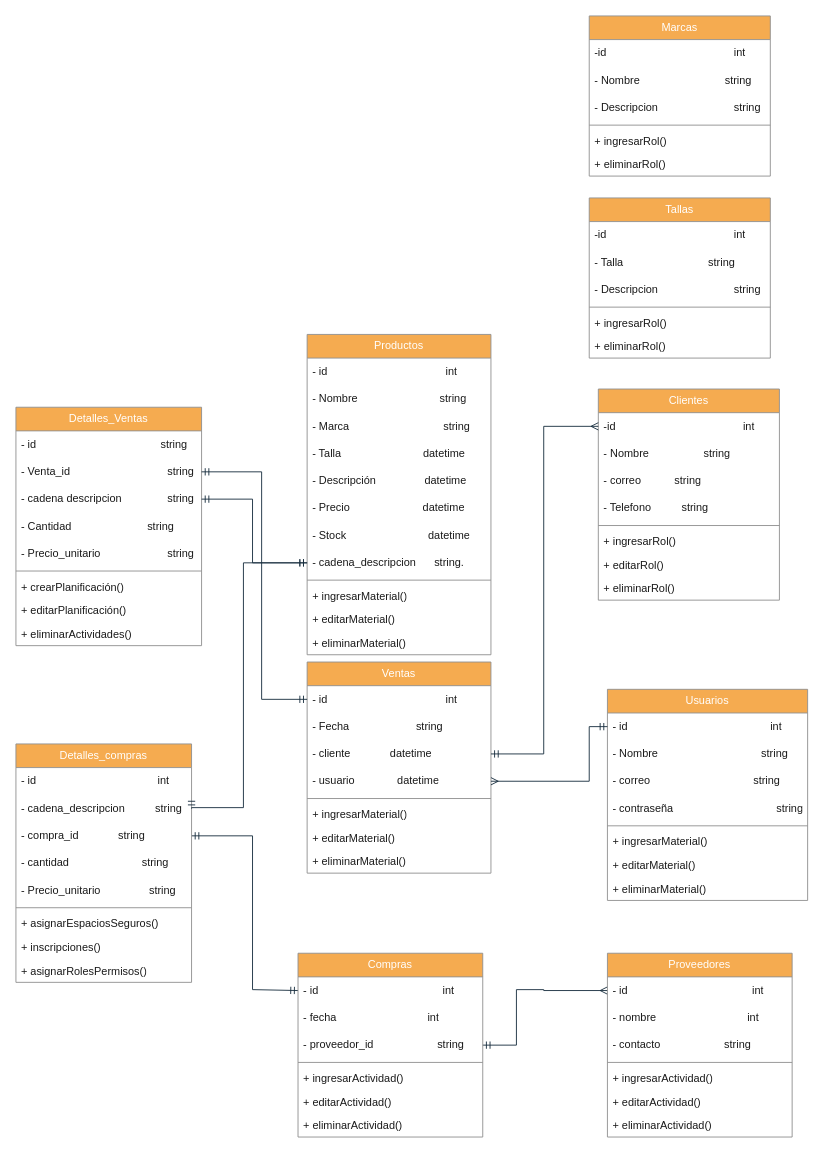
This is Sombreros.drawio from NealD00/Diagramin, a draw.io file, before an edit. Source tidied: cells renumbered, new cells numbered last; positions are measured from the earlier drawing's top-left corner, leaving out a move shared by most shapes. Both pictures are drawn from the tidied source at 91%, with x=0, y=0 at pixel (15, 15).
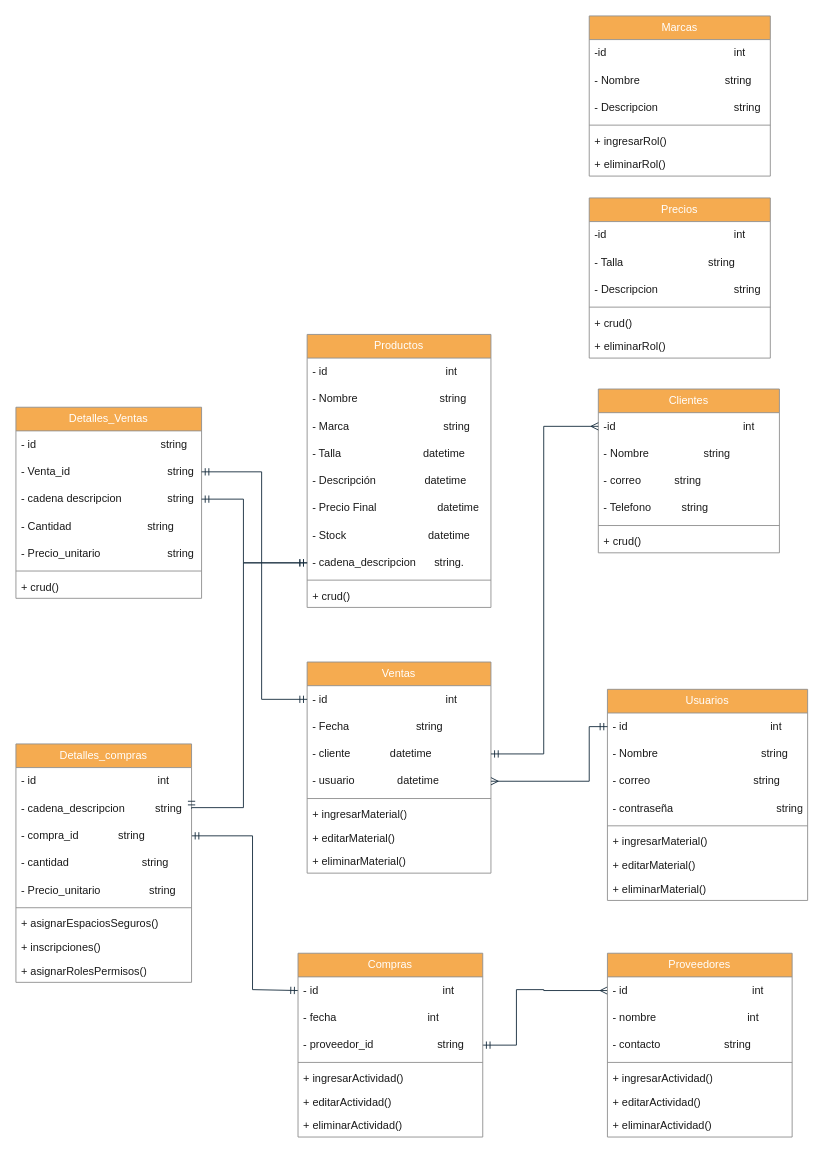
After the change.

Unchanged cells that the change refers to:
```xml
<mxCell id="17" value="- cadena descripcion&amp;nbsp; &amp;nbsp; &amp;nbsp; &amp;nbsp; &amp;nbsp; &amp;nbsp; &amp;nbsp; &amp;nbsp;string" style="text;strokeColor=none;fillColor=none;align=left;verticalAlign=middle;spacingLeft=4;spacingRight=4;overflow=hidden;points=[[0,0.5],[1,0.5]];portConstraint=eastwest;whiteSpace=wrap;html=1;labelBackgroundColor=none;fontColor=#1A1A1A;swimlaneLine=0;" parent="14" vertex="1">
  <mxGeometry y="86" width="204" height="30" as="geometry" />
</mxCell>
<mxCell id="68" value="- cadena_descripcion&amp;nbsp; &amp;nbsp; &amp;nbsp; string." style="text;strokeColor=none;fillColor=none;align=left;verticalAlign=middle;spacingLeft=4;spacingRight=4;overflow=hidden;points=[[0,0.5],[1,0.5]];portConstraint=eastwest;whiteSpace=wrap;html=1;labelBackgroundColor=none;fontColor=#1A1A1A;swimlaneLine=0;" parent="60" vertex="1">
  <mxGeometry y="236" width="202" height="30" as="geometry" />
</mxCell>
```

What changed in the source:
```diff
@@
     <mxCell id="14" value="&lt;font color=&quot;#ffffff&quot;&gt;Detalles_Ventas&lt;/font&gt;" style="swimlane;fontStyle=0;align=center;verticalAlign=middle;horizontal=1;startSize=26;whiteSpace=wrap;html=1;strokeColor=#909090;fontFamily=Helvetica;fontSize=12;fontColor=#1A1A1A;labelBackgroundColor=none;fillColor=#F5AB50;" parent="1" vertex="1">
-      <mxGeometry y="430" width="204" height="262" as="geometry" />
+      <mxGeometry y="430" width="204" height="210" as="geometry" />
     </mxCell>
@@
-    <mxCell id="21" value="+ crearPlanificación()" style="text;strokeColor=none;fillColor=none;align=left;verticalAlign=top;spacingLeft=4;spacingRight=4;overflow=hidden;whiteSpace=wrap;html=1;fontFamily=Helvetica;fontSize=12;fontColor=#1A1A1A;fontStyle=0;labelBackgroundColor=none;" parent="14" vertex="1">
+    <mxCell id="21" value="+ crud()" style="text;strokeColor=none;fillColor=none;align=left;verticalAlign=top;spacingLeft=4;spacingRight=4;overflow=hidden;whiteSpace=wrap;html=1;fontFamily=Helvetica;fontSize=12;fontColor=#1A1A1A;fontStyle=0;labelBackgroundColor=none;" parent="14" vertex="1">
       <mxGeometry y="184" width="204" height="26" as="geometry" />
     </mxCell>
-    <mxCell id="22" value="+ editarPlanificación()" style="text;strokeColor=none;fillColor=none;align=left;verticalAlign=top;spacingLeft=4;spacingRight=4;overflow=hidden;whiteSpace=wrap;html=1;fontFamily=Helvetica;fontSize=12;fontColor=#1A1A1A;fontStyle=0;labelBackgroundColor=none;" parent="14" vertex="1">
-      <mxGeometry y="210" width="204" height="26" as="geometry" />
-    </mxCell>
-    <mxCell id="23" value="+ eliminarActividades()" style="text;strokeColor=none;fillColor=none;align=left;verticalAlign=top;spacingLeft=4;spacingRight=4;overflow=hidden;whiteSpace=wrap;html=1;fontFamily=Helvetica;fontSize=12;fontColor=#1A1A1A;fontStyle=0;labelBackgroundColor=none;" parent="14" vertex="1">
-      <mxGeometry y="236" width="204" height="26" as="geometry" />
-    </mxCell>
@@
     <mxCell id="51" value="&lt;font color=&quot;#ffffff&quot;&gt;Clientes&lt;/font&gt;" style="swimlane;fontStyle=0;align=center;verticalAlign=middle;horizontal=1;startSize=26;whiteSpace=wrap;html=1;strokeColor=#909090;fontFamily=Helvetica;fontSize=12;fontColor=#1A1A1A;labelBackgroundColor=none;fillColor=#F5AB50;" parent="1" vertex="1">
-      <mxGeometry x="640" y="410" width="199" height="232" as="geometry" />
+      <mxGeometry x="640" y="410" width="199" height="180" as="geometry" />
     </mxCell>
@@
-    <mxCell id="57" value="+ ingresarRol()" style="text;strokeColor=none;fillColor=none;align=left;verticalAlign=top;spacingLeft=4;spacingRight=4;overflow=hidden;whiteSpace=wrap;html=1;fontFamily=Helvetica;fontSize=12;fontColor=#1A1A1A;fontStyle=0;labelBackgroundColor=none;" parent="51" vertex="1">
+    <mxCell id="57" value="+ crud()" style="text;strokeColor=none;fillColor=none;align=left;verticalAlign=top;spacingLeft=4;spacingRight=4;overflow=hidden;whiteSpace=wrap;html=1;fontFamily=Helvetica;fontSize=12;fontColor=#1A1A1A;fontStyle=0;labelBackgroundColor=none;" parent="51" vertex="1">
       <mxGeometry y="154" width="199" height="26" as="geometry" />
     </mxCell>
-    <mxCell id="58" value="+ editarRol()" style="text;strokeColor=none;fillColor=none;align=left;verticalAlign=top;spacingLeft=4;spacingRight=4;overflow=hidden;whiteSpace=wrap;html=1;fontFamily=Helvetica;fontSize=12;fontColor=#1A1A1A;fontStyle=0;labelBackgroundColor=none;" parent="51" vertex="1">
-      <mxGeometry y="180" width="199" height="26" as="geometry" />
-    </mxCell>
-    <mxCell id="59" value="+ eliminarRol()" style="text;strokeColor=none;fillColor=none;align=left;verticalAlign=top;spacingLeft=4;spacingRight=4;overflow=hidden;whiteSpace=wrap;html=1;fontFamily=Helvetica;fontSize=12;fontColor=#1A1A1A;fontStyle=0;labelBackgroundColor=none;" parent="51" vertex="1">
-      <mxGeometry y="206" width="199" height="26" as="geometry" />
-    </mxCell>
     <mxCell id="60" value="&lt;span style=&quot;color: rgb(255, 255, 255);&quot;&gt;Productos&lt;/span&gt;" style="swimlane;fontStyle=0;align=center;verticalAlign=middle;horizontal=1;startSize=26;whiteSpace=wrap;html=1;strokeColor=#909090;fontFamily=Helvetica;fontSize=12;fontColor=#1A1A1A;labelBackgroundColor=none;fillColor=#F5AB50;" parent="1" vertex="1">
-      <mxGeometry x="320" y="350" width="202" height="352" as="geometry" />
+      <mxGeometry x="320" y="350" width="202" height="300" as="geometry" />
     </mxCell>
@@
-    <mxCell id="66" value="- Precio&amp;nbsp; &amp;nbsp; &amp;nbsp; &amp;nbsp; &amp;nbsp; &amp;nbsp; &amp;nbsp; &amp;nbsp; &amp;nbsp; &amp;nbsp; &amp;nbsp; &amp;nbsp; datetime" style="text;strokeColor=none;fillColor=none;align=left;verticalAlign=middle;spacingLeft=4;spacingRight=4;overflow=hidden;whiteSpace=wrap;html=1;labelBackgroundColor=none;fontColor=#1A1A1A;swimlaneLine=0;" parent="60" vertex="1">
+    <mxCell id="66" value="- Precio Final&amp;nbsp; &amp;nbsp; &amp;nbsp; &amp;nbsp; &amp;nbsp; &amp;nbsp; &amp;nbsp; &amp;nbsp; &amp;nbsp; &amp;nbsp; datetime" style="text;strokeColor=none;fillColor=none;align=left;verticalAlign=middle;spacingLeft=4;spacingRight=4;overflow=hidden;whiteSpace=wrap;html=1;labelBackgroundColor=none;fontColor=#1A1A1A;swimlaneLine=0;" parent="60" vertex="1">
       <mxGeometry y="176" width="202" height="30" as="geometry" />
     </mxCell>
@@
-    <mxCell id="70" value="+ ingresarMaterial()" style="text;strokeColor=none;fillColor=none;align=left;verticalAlign=top;spacingLeft=4;spacingRight=4;overflow=hidden;whiteSpace=wrap;html=1;fontFamily=Helvetica;fontSize=12;fontColor=#1A1A1A;fontStyle=0;labelBackgroundColor=none;" parent="60" vertex="1">
+    <mxCell id="70" value="+ crud()" style="text;strokeColor=none;fillColor=none;align=left;verticalAlign=top;spacingLeft=4;spacingRight=4;overflow=hidden;whiteSpace=wrap;html=1;fontFamily=Helvetica;fontSize=12;fontColor=#1A1A1A;fontStyle=0;labelBackgroundColor=none;" parent="60" vertex="1">
       <mxGeometry y="274" width="202" height="26" as="geometry" />
     </mxCell>
-    <mxCell id="71" value="+ editarMaterial()" style="text;strokeColor=none;fillColor=none;align=left;verticalAlign=top;spacingLeft=4;spacingRight=4;overflow=hidden;whiteSpace=wrap;html=1;fontFamily=Helvetica;fontSize=12;fontColor=#1A1A1A;fontStyle=0;labelBackgroundColor=none;" parent="60" vertex="1">
-      <mxGeometry y="300" width="202" height="26" as="geometry" />
-    </mxCell>
-    <mxCell id="72" value="+ eliminarMaterial()" style="text;strokeColor=none;fillColor=none;align=left;verticalAlign=top;spacingLeft=4;spacingRight=4;overflow=hidden;whiteSpace=wrap;html=1;fontFamily=Helvetica;fontSize=12;fontColor=#1A1A1A;fontStyle=0;labelBackgroundColor=none;" parent="60" vertex="1">
-      <mxGeometry y="326" width="202" height="26" as="geometry" />
-    </mxCell>
@@
-    <mxCell id="91" value="&lt;font color=&quot;#ffffff&quot;&gt;Tallas&lt;/font&gt;" style="swimlane;fontStyle=0;align=center;verticalAlign=middle;horizontal=1;startSize=26;whiteSpace=wrap;html=1;strokeColor=#909090;fontFamily=Helvetica;fontSize=12;fontColor=#1A1A1A;labelBackgroundColor=none;fillColor=#F5AB50;" parent="1" vertex="1">
+    <mxCell id="91" value="&lt;font color=&quot;#ffffff&quot;&gt;Precios&lt;/font&gt;" style="swimlane;fontStyle=0;align=center;verticalAlign=middle;horizontal=1;startSize=26;whiteSpace=wrap;html=1;strokeColor=#909090;fontFamily=Helvetica;fontSize=12;fontColor=#1A1A1A;labelBackgroundColor=none;fillColor=#F5AB50;" parent="1" vertex="1">
       <mxGeometry x="630" y="200" width="199" height="176" as="geometry" />
     </mxCell>
@@
-    <mxCell id="96" value="+ ingresarRol()" style="text;strokeColor=none;fillColor=none;align=left;verticalAlign=top;spacingLeft=4;spacingRight=4;overflow=hidden;whiteSpace=wrap;html=1;fontFamily=Helvetica;fontSize=12;fontColor=#1A1A1A;fontStyle=0;labelBackgroundColor=none;" parent="91" vertex="1">
+    <mxCell id="96" value="+ crud()" style="text;strokeColor=none;fillColor=none;align=left;verticalAlign=top;spacingLeft=4;spacingRight=4;overflow=hidden;whiteSpace=wrap;html=1;fontFamily=Helvetica;fontSize=12;fontColor=#1A1A1A;fontStyle=0;labelBackgroundColor=none;" parent="91" vertex="1">
       <mxGeometry y="124" width="199" height="26" as="geometry" />
     </mxCell>
@@
     <mxCell id="100" style="edgeStyle=orthogonalEdgeStyle;rounded=0;jettySize=auto;html=1;labelBackgroundColor=none;strokeColor=#182E3E;fontColor=default;startArrow=ERmandOne;startFill=0;endArrow=ERmandOne;endFill=0;swimlaneLine=0;exitX=1;exitY=0.5;exitDx=0;exitDy=0;entryX=0;entryY=0.5;entryDx=0;entryDy=0;" parent="1" edge="1" source="17" target="68">
       <mxGeometry relative="1" as="geometry">
         <Array as="points">
-          <mxPoint x="260" y="531" />
-          <mxPoint x="260" y="601" />
+          <mxPoint x="250" y="531" />
+          <mxPoint x="250" y="601" />
         </Array>
       </mxGeometry>
     </mxCell>
```
